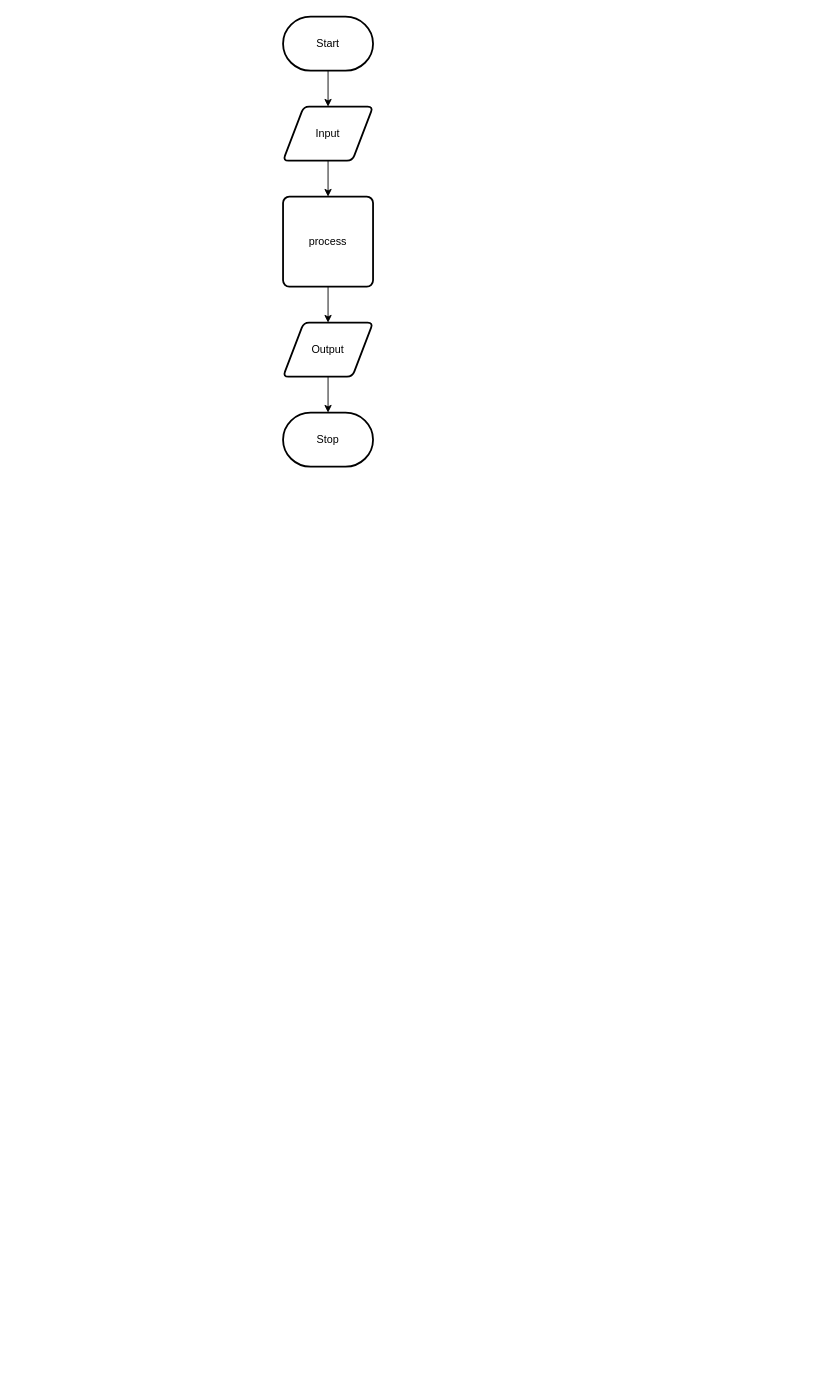
Above: design/flow-chart.drawio in sam-corbett/ICS2O-Assignment-05-JS (draw.io), before the change. Source tidied: cells renumbered, new cells numbered last; positions are measured from the earlier drawing's top-left corner, leaving out a move shared by most shapes. Both pictures are drawn from the tidied source at 90%, with x=0, y=0 at pixel (283, 16).
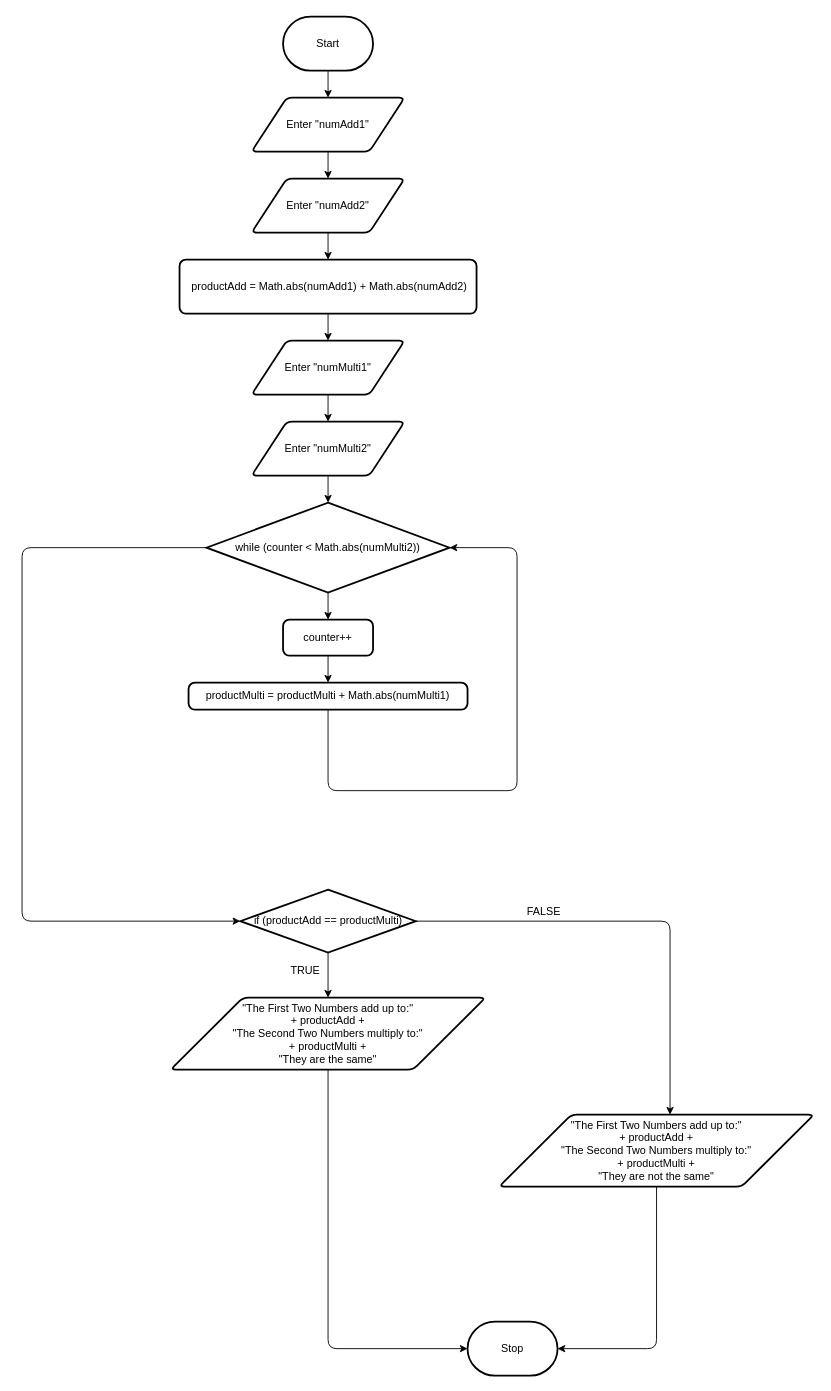
Above is the later version.

Commit message (it also covers changes not shown here):
storyboard and flowchart added

Unchanged cells that the change refers to:
```xml
<mxCell id="3" value="Start" style="strokeWidth=2;html=1;shape=mxgraph.flowchart.terminator;whiteSpace=wrap;" parent="1" vertex="1">
  <mxGeometry width="100" height="60" as="geometry" />
</mxCell>
```

The edit, as a diff of the source:
```diff
@@
-    <mxCell id="2" style="edgeStyle=none;html=1;" parent="1" edge="1" source="3" target="5">
-      <mxGeometry relative="1" as="geometry" />
-    </mxCell>
+    <mxCell id="11" style="edgeStyle=none;html=1;exitX=0.5;exitY=1;exitDx=0;exitDy=0;exitPerimeter=0;entryX=0.5;entryY=0;entryDx=0;entryDy=0;" parent="1" edge="1" source="3" target="8">
+      <mxGeometry relative="1" as="geometry" />
+    </mxCell>
@@
-    <mxCell id="4" style="edgeStyle=none;html=1;" parent="1" edge="1" source="5" target="7">
-      <mxGeometry relative="1" as="geometry" />
-    </mxCell>
-    <mxCell id="5" value="Input" style="shape=parallelogram;html=1;strokeWidth=2;perimeter=parallelogramPerimeter;whiteSpace=wrap;rounded=1;arcSize=12;size=0.23;" parent="1" vertex="1">
-      <mxGeometry y="100" width="100" height="60" as="geometry" />
-    </mxCell>
-    <mxCell id="6" style="edgeStyle=none;html=1;" parent="1" edge="1" source="7" target="9">
-      <mxGeometry relative="1" as="geometry" />
-    </mxCell>
-    <mxCell id="7" value="process" style="rounded=1;whiteSpace=wrap;html=1;absoluteArcSize=1;arcSize=14;strokeWidth=2;" parent="1" vertex="1">
-      <mxGeometry y="200" width="100" height="100" as="geometry" />
-    </mxCell>
+    <mxCell id="10" value="Stop" style="strokeWidth=2;html=1;shape=mxgraph.flowchart.terminator;whiteSpace=wrap;" parent="1" vertex="1">
+      <mxGeometry x="205" y="1450" width="100" height="60" as="geometry" />
+    </mxCell>
+    <mxCell id="12" style="edgeStyle=none;html=1;exitX=0.5;exitY=1;exitDx=0;exitDy=0;entryX=0.5;entryY=0;entryDx=0;entryDy=0;" parent="1" edge="1" source="8" target="14">
+      <mxGeometry relative="1" as="geometry" />
+    </mxCell>
-    <mxCell id="8" style="edgeStyle=none;html=1;" parent="1" edge="1" source="9" target="10">
-      <mxGeometry relative="1" as="geometry" />
+    <mxCell id="8" value="Enter &quot;numAdd1&quot;" style="shape=parallelogram;html=1;strokeWidth=2;perimeter=parallelogramPerimeter;whiteSpace=wrap;rounded=1;arcSize=12;size=0.23;" parent="1" vertex="1">
+      <mxGeometry x="-35" y="90" width="170" height="60" as="geometry" />
     </mxCell>
-    <mxCell id="9" value="Output" style="shape=parallelogram;html=1;strokeWidth=2;perimeter=parallelogramPerimeter;whiteSpace=wrap;rounded=1;arcSize=12;size=0.23;" parent="1" vertex="1">
-      <mxGeometry y="340" width="100" height="60" as="geometry" />
-    </mxCell>
-    <mxCell id="10" value="Stop" style="strokeWidth=2;html=1;shape=mxgraph.flowchart.terminator;whiteSpace=wrap;" parent="1" vertex="1">
-      <mxGeometry y="440" width="100" height="60" as="geometry" />
-    </mxCell>
+    <mxCell id="13" style="edgeStyle=none;html=1;exitX=0.5;exitY=1;exitDx=0;exitDy=0;" parent="1" edge="1" source="14" target="20">
+      <mxGeometry relative="1" as="geometry" />
+    </mxCell>
+    <mxCell id="14" value="Enter &quot;numAdd2&quot;" style="shape=parallelogram;html=1;strokeWidth=2;perimeter=parallelogramPerimeter;whiteSpace=wrap;rounded=1;arcSize=12;size=0.23;" parent="1" vertex="1">
+      <mxGeometry x="-35" y="180" width="170" height="60" as="geometry" />
+    </mxCell>
+    <mxCell id="15" style="edgeStyle=none;html=1;exitX=0.5;exitY=1;exitDx=0;exitDy=0;" parent="1" edge="1" source="16" target="18">
+      <mxGeometry relative="1" as="geometry" />
+    </mxCell>
+    <mxCell id="16" value="Enter &quot;numMulti1&quot;" style="shape=parallelogram;html=1;strokeWidth=2;perimeter=parallelogramPerimeter;whiteSpace=wrap;rounded=1;arcSize=12;size=0.23;" parent="1" vertex="1">
+      <mxGeometry x="-35" y="360" width="170" height="60" as="geometry" />
+    </mxCell>
+    <mxCell id="17" style="edgeStyle=none;html=1;exitX=0.5;exitY=1;exitDx=0;exitDy=0;entryX=0.5;entryY=0;entryDx=0;entryDy=0;entryPerimeter=0;" parent="1" edge="1" source="18" target="23">
+      <mxGeometry relative="1" as="geometry" />
+    </mxCell>
+    <mxCell id="18" value="Enter &quot;numMulti2&quot;" style="shape=parallelogram;html=1;strokeWidth=2;perimeter=parallelogramPerimeter;whiteSpace=wrap;rounded=1;arcSize=12;size=0.23;" parent="1" vertex="1">
+      <mxGeometry x="-35" y="450" width="170" height="60" as="geometry" />
+    </mxCell>
+    <mxCell id="19" style="edgeStyle=none;html=1;exitX=0.5;exitY=1;exitDx=0;exitDy=0;" parent="1" edge="1" source="20" target="16">
+      <mxGeometry relative="1" as="geometry" />
+    </mxCell>
+    <mxCell id="20" value="&amp;nbsp;productAdd = Math.abs(numAdd1) + Math.abs(numAdd2)" style="rounded=1;whiteSpace=wrap;html=1;absoluteArcSize=1;arcSize=14;strokeWidth=2;" parent="1" vertex="1">
+      <mxGeometry x="-115" y="270" width="330" height="60" as="geometry" />
+    </mxCell>
+    <mxCell id="21" style="edgeStyle=none;html=1;" parent="1" edge="1" source="23" target="25">
+      <mxGeometry relative="1" as="geometry" />
+    </mxCell>
+    <mxCell id="22" style="edgeStyle=none;html=1;exitX=0;exitY=0.5;exitDx=0;exitDy=0;exitPerimeter=0;entryX=0;entryY=0.5;entryDx=0;entryDy=0;entryPerimeter=0;" parent="1" edge="1" source="23" target="30">
+      <mxGeometry relative="1" as="geometry">
+        <Array as="points">
+          <mxPoint x="-290" y="590" />
+          <mxPoint x="-290" y="1005" />
+        </Array>
+      </mxGeometry>
+    </mxCell>
+    <mxCell id="23" value="while (counter &amp;lt; Math.abs(numMulti2))" style="strokeWidth=2;html=1;shape=mxgraph.flowchart.decision;whiteSpace=wrap;" parent="1" vertex="1">
+      <mxGeometry x="-85" y="540" width="270" height="100" as="geometry" />
+    </mxCell>
+    <mxCell id="24" style="edgeStyle=none;html=1;exitX=0.5;exitY=1;exitDx=0;exitDy=0;entryX=0.5;entryY=0;entryDx=0;entryDy=0;" parent="1" edge="1" source="25" target="27">
+      <mxGeometry relative="1" as="geometry" />
+    </mxCell>
+    <mxCell id="25" value="counter++" style="rounded=1;whiteSpace=wrap;html=1;absoluteArcSize=1;arcSize=14;strokeWidth=2;" parent="1" vertex="1">
+      <mxGeometry y="670" width="100" height="40" as="geometry" />
+    </mxCell>
+    <mxCell id="26" style="edgeStyle=none;html=1;exitX=0.5;exitY=1;exitDx=0;exitDy=0;entryX=1;entryY=0.5;entryDx=0;entryDy=0;entryPerimeter=0;" parent="1" edge="1" source="27" target="23">
+      <mxGeometry relative="1" as="geometry">
+        <Array as="points">
+          <mxPoint x="50" y="860" />
+          <mxPoint x="260" y="860" />
+          <mxPoint x="260" y="590" />
+        </Array>
+      </mxGeometry>
+    </mxCell>
+    <mxCell id="27" value="productMulti = productMulti + Math.abs(numMulti1)" style="rounded=1;whiteSpace=wrap;html=1;absoluteArcSize=1;arcSize=14;strokeWidth=2;" parent="1" vertex="1">
+      <mxGeometry x="-105" y="740" width="310" height="30" as="geometry" />
+    </mxCell>
+    <mxCell id="28" style="edgeStyle=none;html=1;" parent="1" edge="1" source="30" target="32">
+      <mxGeometry relative="1" as="geometry" />
+    </mxCell>
+    <mxCell id="29" style="edgeStyle=none;html=1;" parent="1" edge="1" source="30">
+      <mxGeometry relative="1" as="geometry">
+        <mxPoint x="430" y="1220" as="targetPoint" />
+        <Array as="points">
+          <mxPoint x="430" y="1005" />
+        </Array>
+      </mxGeometry>
+    </mxCell>
+    <mxCell id="30" value="if (productAdd == productMulti)" style="strokeWidth=2;html=1;shape=mxgraph.flowchart.decision;whiteSpace=wrap;" parent="1" vertex="1">
+      <mxGeometry x="-47.5" y="970" width="195" height="70" as="geometry" />
+    </mxCell>
+    <mxCell id="31" style="edgeStyle=none;html=1;entryX=0;entryY=0.5;entryDx=0;entryDy=0;entryPerimeter=0;" parent="1" edge="1" source="32" target="10">
+      <mxGeometry relative="1" as="geometry">
+        <Array as="points">
+          <mxPoint x="50" y="1480" />
+        </Array>
+      </mxGeometry>
+    </mxCell>
+    <mxCell id="32" value="&lt;p style=&quot;line-height: 3.2&quot;&gt;&lt;/p&gt;&lt;div&gt;&quot;The First Two Numbers add up to:&quot;&lt;/div&gt;&lt;div&gt;+ productAdd +&lt;/div&gt;&lt;div&gt;&quot;The Second Two Numbers multiply to:&quot;&lt;/div&gt;&lt;div&gt;+ productMulti +&lt;/div&gt;&lt;div&gt;&quot;They are the same&quot;&lt;/div&gt;&lt;p&gt;&lt;/p&gt;" style="shape=parallelogram;html=1;strokeWidth=2;perimeter=parallelogramPerimeter;whiteSpace=wrap;rounded=1;arcSize=12;size=0.23;" parent="1" vertex="1">
+      <mxGeometry x="-125" y="1090" width="350" height="80" as="geometry" />
+    </mxCell>
+    <mxCell id="33" value="TRUE" style="text;html=1;strokeColor=none;fillColor=none;align=center;verticalAlign=middle;whiteSpace=wrap;rounded=0;" parent="1" vertex="1">
+      <mxGeometry y="1050" width="50" height="20" as="geometry" />
+    </mxCell>
+    <mxCell id="34" style="edgeStyle=none;html=1;exitX=0.5;exitY=1;exitDx=0;exitDy=0;entryX=1;entryY=0.5;entryDx=0;entryDy=0;entryPerimeter=0;" parent="1" edge="1" source="35" target="10">
+      <mxGeometry relative="1" as="geometry">
+        <Array as="points">
+          <mxPoint x="415" y="1480" />
+        </Array>
+      </mxGeometry>
+    </mxCell>
+    <mxCell id="35" value="&lt;p style=&quot;line-height: 3.2&quot;&gt;&lt;/p&gt;&lt;div&gt;&quot;The First Two Numbers add up to:&quot;&lt;/div&gt;&lt;div&gt;+ productAdd +&lt;/div&gt;&lt;div&gt;&quot;The Second Two Numbers multiply to:&quot;&lt;/div&gt;&lt;div&gt;+ productMulti +&lt;/div&gt;&lt;div&gt;&quot;They are not the same&quot;&lt;/div&gt;&lt;p&gt;&lt;/p&gt;" style="shape=parallelogram;html=1;strokeWidth=2;perimeter=parallelogramPerimeter;whiteSpace=wrap;rounded=1;arcSize=12;size=0.23;" parent="1" vertex="1">
+      <mxGeometry x="240" y="1220" width="350" height="80" as="geometry" />
+    </mxCell>
+    <mxCell id="36" value="FALSE" style="text;html=1;strokeColor=none;fillColor=none;align=center;verticalAlign=middle;whiteSpace=wrap;rounded=0;" parent="1" vertex="1">
+      <mxGeometry x="260" y="980" width="60" height="30" as="geometry" />
+    </mxCell>
```
